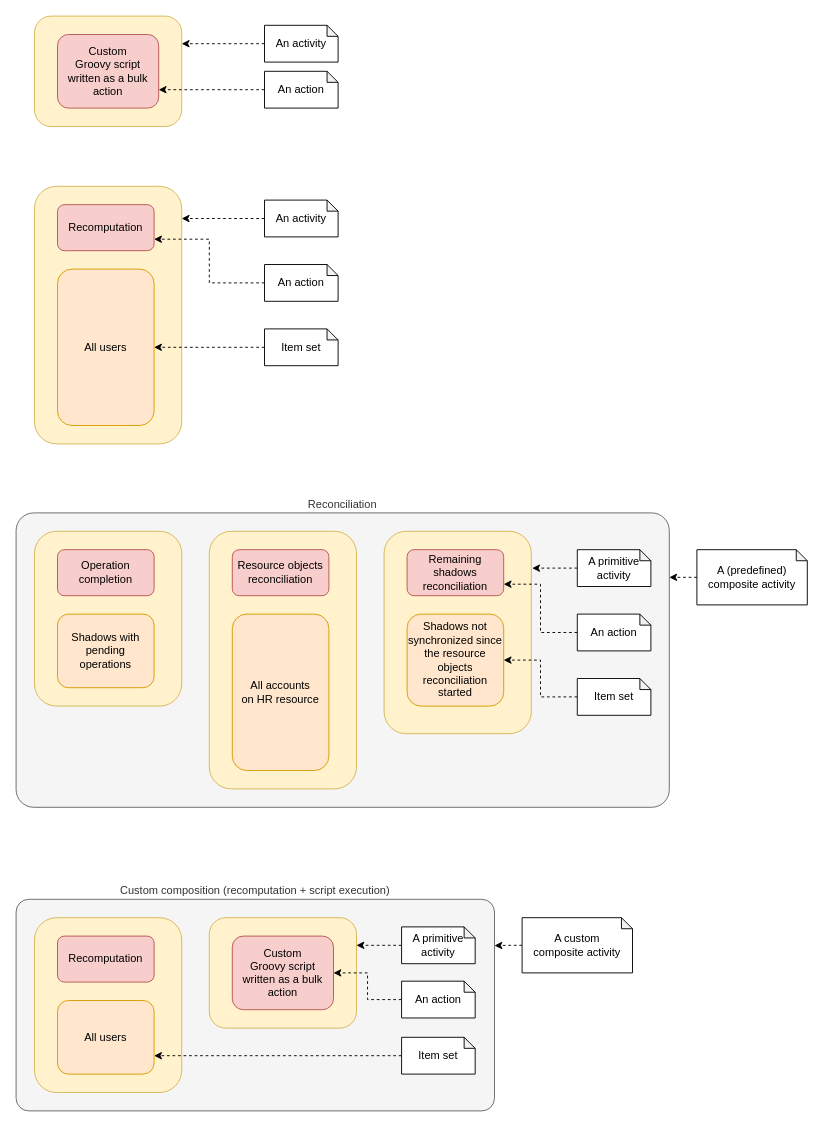
Evolveum/midpoint keeps this draw.io diagram as page "Examples" (2 of 2) of docs/tasks/activities/activities.drawio. Above is the earlier version. Source tidied: cells renumbered, new cells numbered last; positions are measured from the earlier drawing's top-left corner, leaving out a move shared by most shapes. Both pictures are drawn from the tidied source at 92%, with x=0, y=0 at pixel (16, 16).
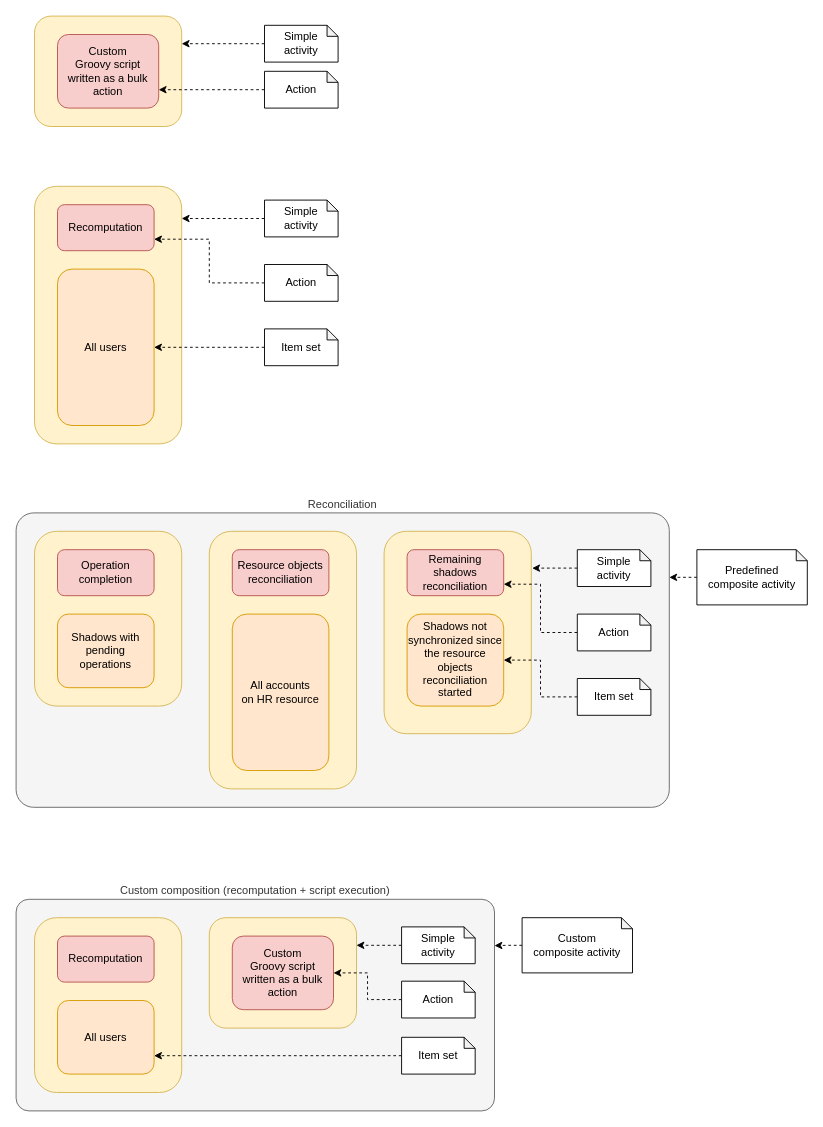
The same page after the edit.

Change to the diagram source:
```diff
@@
-    <mxCell id="9" value="An activity" style="shape=note;whiteSpace=wrap;html=1;backgroundOutline=1;darkOpacity=0.05;size=12;" parent="1" vertex="1">
+    <mxCell id="9" value="Simple &lt;br&gt;activity" style="shape=note;whiteSpace=wrap;html=1;backgroundOutline=1;darkOpacity=0.05;size=12;" parent="1" vertex="1">
       <mxGeometry x="270" y="10" width="80" height="40" as="geometry" />
     </mxCell>
@@
-    <mxCell id="11" value="An action" style="shape=note;whiteSpace=wrap;html=1;backgroundOutline=1;darkOpacity=0.05;size=12;" parent="1" vertex="1">
+    <mxCell id="11" value="Action" style="shape=note;whiteSpace=wrap;html=1;backgroundOutline=1;darkOpacity=0.05;size=12;" parent="1" vertex="1">
       <mxGeometry x="270" y="60" width="80" height="40" as="geometry" />
     </mxCell>
@@
-    <mxCell id="13" value="An activity" style="shape=note;whiteSpace=wrap;html=1;backgroundOutline=1;darkOpacity=0.05;size=12;" parent="1" vertex="1">
+    <mxCell id="13" value="Simple &lt;br&gt;activity" style="shape=note;whiteSpace=wrap;html=1;backgroundOutline=1;darkOpacity=0.05;size=12;" parent="1" vertex="1">
       <mxGeometry x="270" y="200" width="80" height="40" as="geometry" />
     </mxCell>
@@
-    <mxCell id="15" value="An action" style="shape=note;whiteSpace=wrap;html=1;backgroundOutline=1;darkOpacity=0.05;size=12;" parent="1" vertex="1">
+    <mxCell id="15" value="Action" style="shape=note;whiteSpace=wrap;html=1;backgroundOutline=1;darkOpacity=0.05;size=12;" parent="1" vertex="1">
       <mxGeometry x="270" y="270" width="80" height="40" as="geometry" />
     </mxCell>
@@
-    <mxCell id="28" value="A primitive activity" style="shape=note;whiteSpace=wrap;html=1;backgroundOutline=1;darkOpacity=0.05;size=12;" parent="1" vertex="1">
+    <mxCell id="28" value="Simple &lt;br&gt;activity" style="shape=note;whiteSpace=wrap;html=1;backgroundOutline=1;darkOpacity=0.05;size=12;" parent="1" vertex="1">
       <mxGeometry x="610" y="580" width="80" height="40" as="geometry" />
     </mxCell>
@@
-    <mxCell id="30" value="An action" style="shape=note;whiteSpace=wrap;html=1;backgroundOutline=1;darkOpacity=0.05;size=12;" parent="1" vertex="1">
+    <mxCell id="30" value="Action" style="shape=note;whiteSpace=wrap;html=1;backgroundOutline=1;darkOpacity=0.05;size=12;" parent="1" vertex="1">
       <mxGeometry x="610" y="650" width="80" height="40" as="geometry" />
     </mxCell>
@@
-    <mxCell id="34" value="A (predefined) composite activity" style="shape=note;whiteSpace=wrap;html=1;backgroundOutline=1;darkOpacity=0.05;size=12;" parent="1" vertex="1">
+    <mxCell id="34" value="Predefined &lt;br&gt;composite activity" style="shape=note;whiteSpace=wrap;html=1;backgroundOutline=1;darkOpacity=0.05;size=12;" parent="1" vertex="1">
       <mxGeometry x="740" y="580" width="120" height="60" as="geometry" />
     </mxCell>
@@
-    <mxCell id="41" value="A primitive activity" style="shape=note;whiteSpace=wrap;html=1;backgroundOutline=1;darkOpacity=0.05;size=12;" parent="1" vertex="1">
+    <mxCell id="41" value="Simple &lt;br&gt;activity" style="shape=note;whiteSpace=wrap;html=1;backgroundOutline=1;darkOpacity=0.05;size=12;" parent="1" vertex="1">
       <mxGeometry x="419" y="990" width="80" height="40" as="geometry" />
     </mxCell>
@@
-    <mxCell id="43" value="An action" style="shape=note;whiteSpace=wrap;html=1;backgroundOutline=1;darkOpacity=0.05;size=12;" parent="1" vertex="1">
+    <mxCell id="43" value="Action" style="shape=note;whiteSpace=wrap;html=1;backgroundOutline=1;darkOpacity=0.05;size=12;" parent="1" vertex="1">
       <mxGeometry x="419" y="1049" width="80" height="40" as="geometry" />
     </mxCell>
@@
-    <mxCell id="47" value="A custom &lt;br&gt;composite activity" style="shape=note;whiteSpace=wrap;html=1;backgroundOutline=1;darkOpacity=0.05;size=12;" parent="1" vertex="1">
+    <mxCell id="47" value="Custom &lt;br&gt;composite activity" style="shape=note;whiteSpace=wrap;html=1;backgroundOutline=1;darkOpacity=0.05;size=12;" parent="1" vertex="1">
       <mxGeometry x="550" y="980" width="120" height="60" as="geometry" />
     </mxCell>
```
